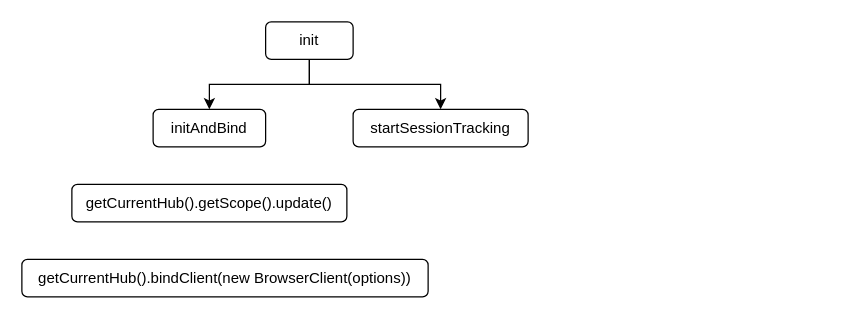
Before: frontend/sentry-js.drawio in Rockergmail/draw.io, a draw.io diagram. Source tidied: cells renumbered, new cells numbered last; positions are measured from the earlier drawing's top-left corner, leaving out a move shared by most shapes. Both pictures are drawn from the tidied source at 125%, with x=0, y=0 at pixel (21, 21).
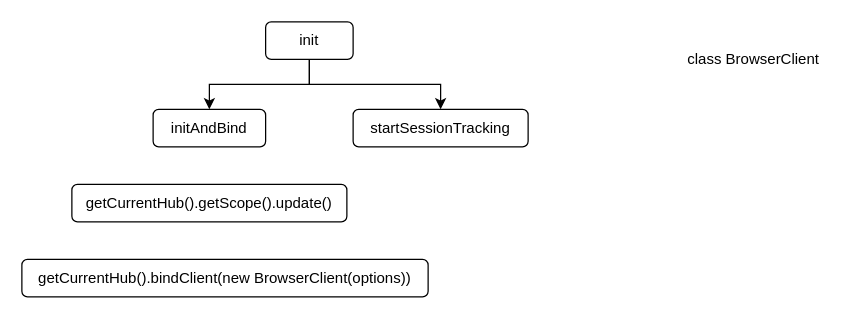
The same diagram, later.

Diff of the diagram source:
```diff
@@
 <mxGraphModel>
   <root>
     <mxCell id="0" />
     <mxCell id="1" parent="0" />
     <mxCell id="2" style="edgeStyle=orthogonalEdgeStyle;rounded=0;jettySize=auto;html=1;exitX=0.5;exitY=1;exitDx=0;exitDy=0;entryX=0.5;entryY=0;entryDx=0;entryDy=0;" parent="1" edge="1" source="4" target="5">
       <mxGeometry relative="1" as="geometry" />
     </mxCell>
     <mxCell id="3" style="edgeStyle=orthogonalEdgeStyle;rounded=0;jettySize=auto;html=1;exitX=0.5;exitY=1;exitDx=0;exitDy=0;entryX=0.5;entryY=0;entryDx=0;entryDy=0;" parent="1" edge="1" source="4" target="6">
       <mxGeometry relative="1" as="geometry" />
     </mxCell>
     <mxCell id="4" value="init" style="rounded=1;whiteSpace=wrap;html=1;" parent="1" vertex="1">
       <mxGeometry x="195" width="70" height="30" as="geometry" />
     </mxCell>
     <mxCell id="5" value="initAndBind" style="rounded=1;whiteSpace=wrap;html=1;" parent="1" vertex="1">
       <mxGeometry x="105" y="70" width="90" height="30" as="geometry" />
     </mxCell>
     <mxCell id="6" value="startSessionTracking" style="rounded=1;whiteSpace=wrap;html=1;" parent="1" vertex="1">
       <mxGeometry x="265" y="70" width="140" height="30" as="geometry" />
     </mxCell>
     <mxCell id="7" value="getCurrentHub().getScope().update()" style="rounded=1;whiteSpace=wrap;html=1;" parent="1" vertex="1">
       <mxGeometry x="40" y="130" width="220" height="30" as="geometry" />
     </mxCell>
     <mxCell id="8" value="getCurrentHub().bindClient(new BrowserClient(options))" style="rounded=1;whiteSpace=wrap;html=1;" parent="1" vertex="1">
       <mxGeometry y="190" width="325" height="30" as="geometry" />
     </mxCell>
+    <mxCell id="9" value="class BrowserClient" style="text;html=1;align=center;verticalAlign=middle;strokeColor=none;fillColor=none;" parent="1" vertex="1">
+      <mxGeometry x="520" y="15" width="130" height="30" as="geometry" />
+    </mxCell>
   </root>
 </mxGraphModel>
```
